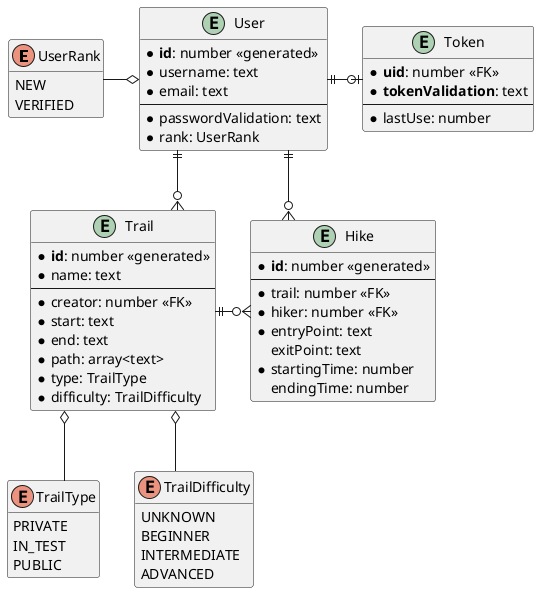
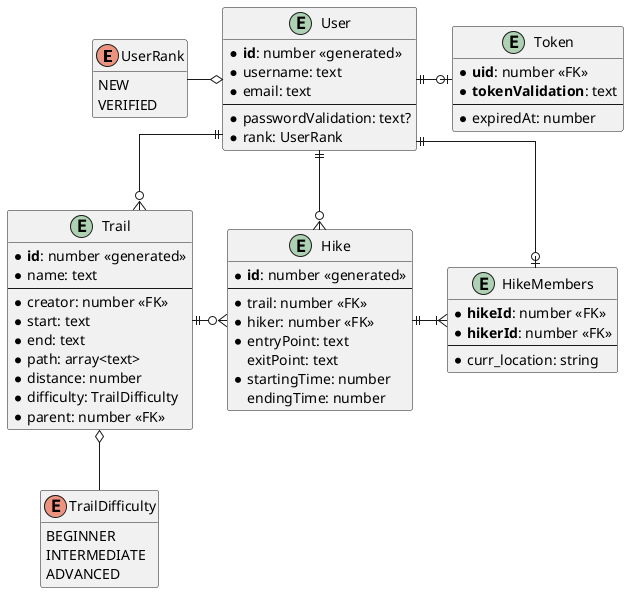
@startuml
'https://plantuml.com/class-diagram

hide empty members
skinparam linetype ortho

enum UserRank {
    NEW
    VERIFIED
}

- enum TrailType {
-     PRIVATE
-     IN_TEST
-     PUBLIC
- }
- 
enum TrailDifficulty {
-     UNKNOWN
    BEGINNER
    INTERMEDIATE
    ADVANCED
}

entity User {
    * **id**: number <<generated>>
    * username: text
    * email: text
    --
-     * passwordValidation: text
+     * passwordValidation: text?
    * rank: UserRank
}

entity Token {
    * **uid**: number <<FK>>
    * **tokenValidation**: text
    --
-     * lastUse: number
+     * expiredAt: number
}

entity Trail {
    * **id**: number <<generated>>
    * name: text
    --
    * creator: number <<FK>>
    * start: text
    * end: text
    * path: array<text>
-     * type: TrailType
+     * distance: number
    * difficulty: TrailDifficulty
+     * parent: number <<FK>>
}

entity Hike {
    * **id**: number <<generated>>
    --
    * trail: number <<FK>>
    * hiker: number <<FK>>
    * entryPoint: text
    exitPoint: text
    * startingTime: number
    endingTime: number
}

+ entity HikeMembers {
+     * **hikeId**: number <<FK>>
+     * **hikerId**: number <<FK>>
+     --
+     * curr_location: string
+ }
+ 
User o-left- UserRank
- Trail o-- TrailType
Trail o-- TrailDifficulty

User ||-o| Token
User ||-down-o{ Trail
User ||--o{ Hike
Trail ||-o{ Hike
- 
+ Hike ||-right-|{ HikeMembers
+ User ||-o| HikeMembers
@enduml